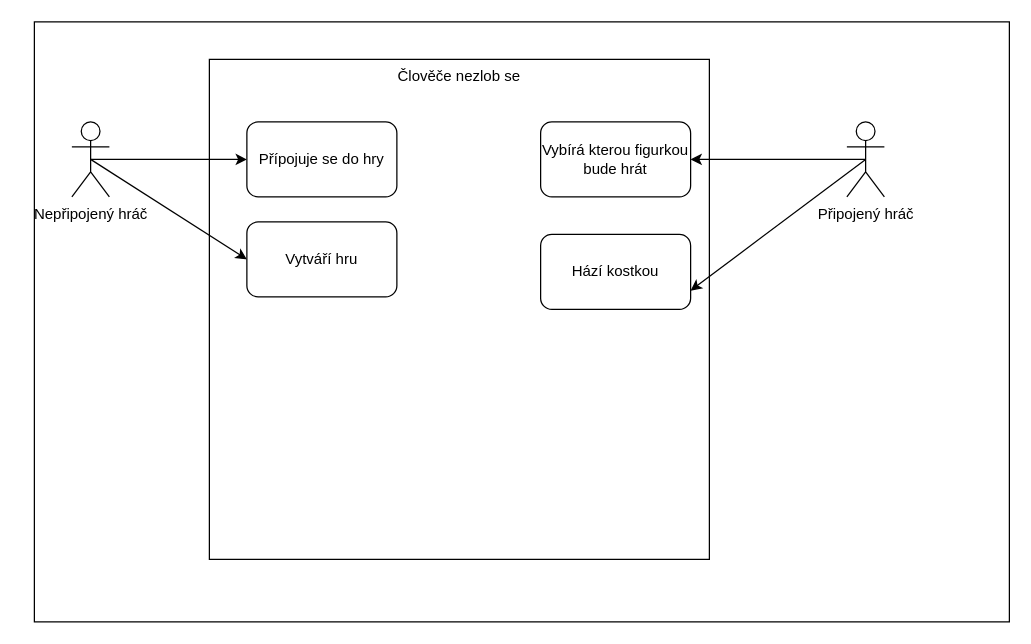
sps-cl/3E-VAP-2425-CECH-KOWAL-KUNC keeps this draw.io diagram as usecase.drawio. Above is the earlier version. Source tidied: cells renumbered, new cells numbered last; positions are measured from the earlier drawing's top-left corner, leaving out a move shared by most shapes. Both pictures are drawn from the tidied source at 125%, with x=0, y=0 at pixel (34, 21).
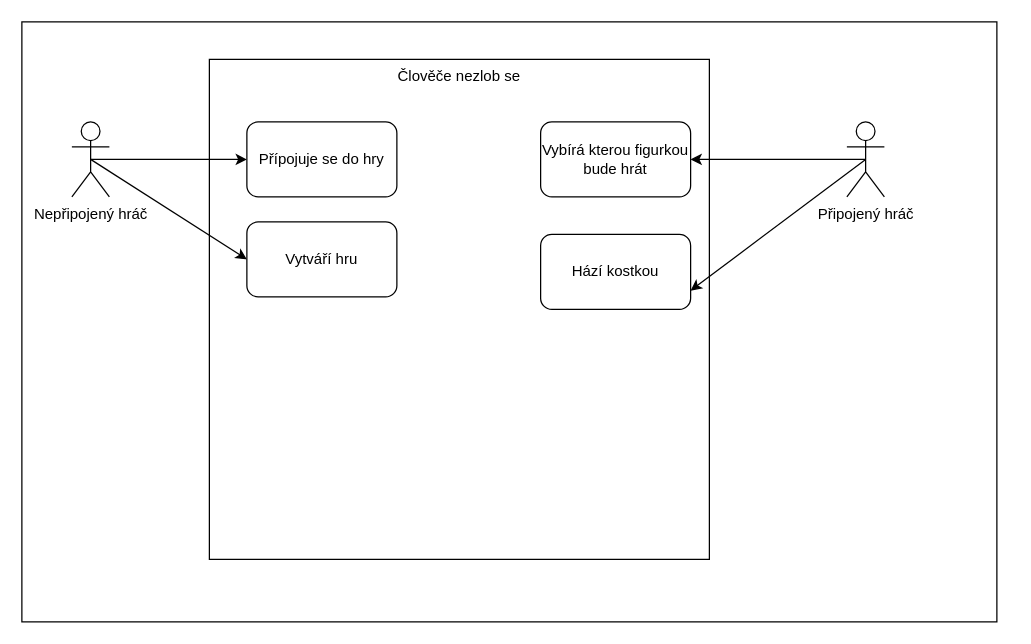
The same diagram, later.

The edit, as a diff of the source:
```diff
@@
 <mxGraphModel>
   <root>
     <mxCell id="0" />
     <mxCell id="1" parent="0" />
-    <mxCell id="2" style="rounded=0;whiteSpace=wrap;html=1;fillColor=default;" parent="1" vertex="1">
-      <mxGeometry width="780" height="480" as="geometry" />
+    <mxCell id="2" style="rounded=0;whiteSpace=wrap;html=1;fillColor=default;labelBackgroundColor=#FFFFFF;" parent="1" vertex="1">
+      <mxGeometry x="-10" width="780" height="480" as="geometry" />
     </mxCell>
     <mxCell id="3" value="Člověče nezlob se" style="whiteSpace=wrap;html=1;labelPosition=center;verticalLabelPosition=middle;align=center;verticalAlign=top;fillColor=default;" parent="1" vertex="1">
       <mxGeometry x="140" y="30" width="400" height="400" as="geometry" />
     </mxCell>
     <mxCell id="4" style="edgeStyle=none;html=1;exitX=0.5;exitY=0.5;exitDx=0;exitDy=0;exitPerimeter=0;" parent="1" edge="1" source="8" target="9">
       <mxGeometry relative="1" as="geometry" />
     </mxCell>
     <mxCell id="5" style="edgeStyle=none;html=1;exitX=0.5;exitY=0.5;exitDx=0;exitDy=0;exitPerimeter=0;entryX=0;entryY=0.5;entryDx=0;entryDy=0;" parent="1" edge="1" source="8" target="7">
       <mxGeometry relative="1" as="geometry" />
     </mxCell>
     <mxCell id="6" value="Hází kostkou" style="rounded=1;whiteSpace=wrap;html=1;" parent="1" vertex="1">
       <mxGeometry x="405" y="170" width="120" height="60" as="geometry" />
     </mxCell>
     <mxCell id="7" value="Vytváří hru" style="rounded=1;whiteSpace=wrap;html=1;" parent="1" vertex="1">
       <mxGeometry x="170" y="160" width="120" height="60" as="geometry" />
     </mxCell>
     <mxCell id="8" value="Nepřipojený hráč&lt;br&gt;" style="shape=umlActor;verticalLabelPosition=bottom;verticalAlign=top;html=1;outlineConnect=0;" parent="1" vertex="1">
       <mxGeometry x="30" y="80" width="30" height="60" as="geometry" />
     </mxCell>
     <mxCell id="9" value="Přípojuje se do hry" style="rounded=1;whiteSpace=wrap;html=1;" parent="1" vertex="1">
       <mxGeometry x="170" y="80" width="120" height="60" as="geometry" />
     </mxCell>
     <mxCell id="10" value="Vybírá kterou figurkou bude hrát" style="rounded=1;whiteSpace=wrap;html=1;" parent="1" vertex="1">
       <mxGeometry x="405" y="80" width="120" height="60" as="geometry" />
     </mxCell>
     <mxCell id="11" style="edgeStyle=none;html=1;exitX=0.5;exitY=0.5;exitDx=0;exitDy=0;exitPerimeter=0;entryX=1;entryY=0.75;entryDx=0;entryDy=0;" parent="1" edge="1" source="13" target="6">
       <mxGeometry relative="1" as="geometry" />
     </mxCell>
     <mxCell id="12" style="edgeStyle=none;html=1;exitX=0.5;exitY=0.5;exitDx=0;exitDy=0;exitPerimeter=0;" parent="1" edge="1" source="13" target="10">
       <mxGeometry relative="1" as="geometry" />
     </mxCell>
     <mxCell id="13" value="Připojený hráč&lt;br&gt;" style="shape=umlActor;verticalLabelPosition=bottom;verticalAlign=top;html=1;outlineConnect=0;" parent="1" vertex="1">
       <mxGeometry x="650" y="80" width="30" height="60" as="geometry" />
     </mxCell>
   </root>
 </mxGraphModel>
```
